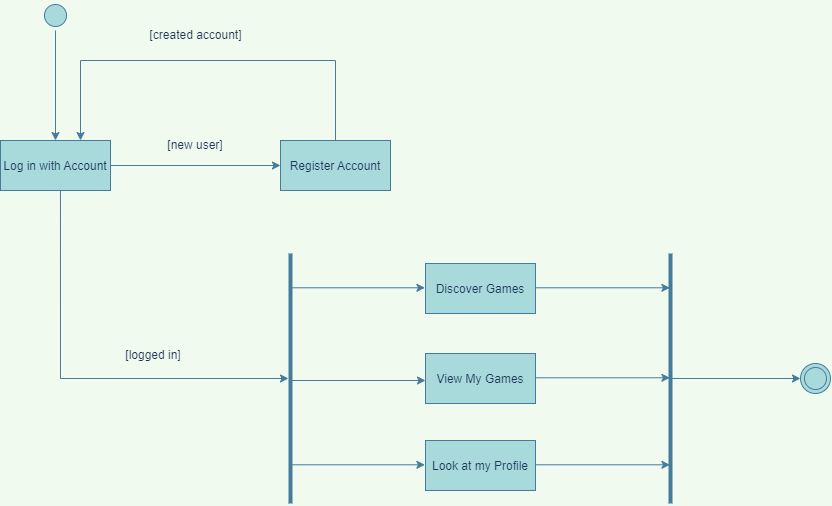
The draw.io diagram ActivityDiagrams/UserStory1.png in software-students-fall2022/specification-exercise-team-15, before a commit. Source tidied: cells renumbered, new cells last; positions are measured from the earlier drawing's top-left corner, leaving out a move shared by most shapes.
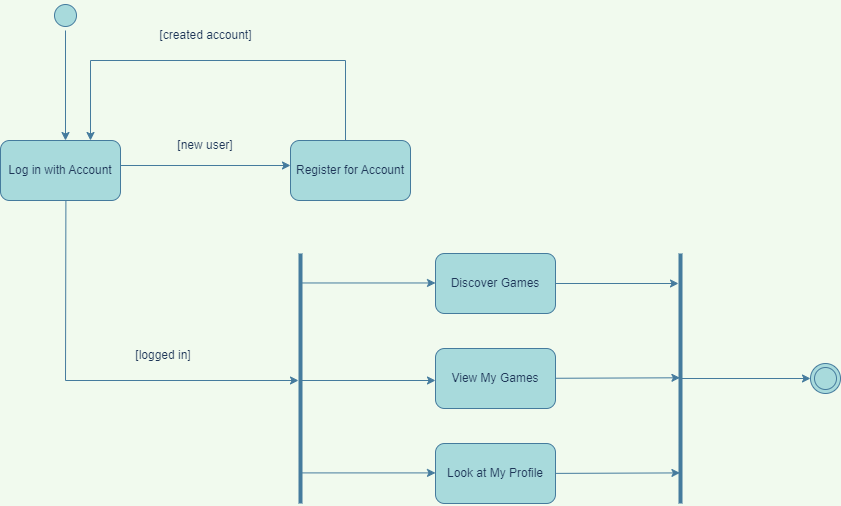
Later version of the same file.

Commit message:
Modified User Story 1 again according to recommendations by team member

The edit, as a diff of the source:
```diff
@@ -2,24 +2,9 @@
   <root>
     <mxCell id="0" />
     <mxCell id="1" parent="0" />
-    <mxCell id="2" value="Log in with Account" style="labelPosition=center;verticalLabelPosition=middle;align=center;verticalAlign=middle;fillColor=#A8DADC;strokeColor=#457B9D;fontColor=#1D3557;" parent="1" vertex="1">
-      <mxGeometry y="140" width="110" height="50" as="geometry" />
-    </mxCell>
     <mxCell id="3" style="ellipse;shape=startState;fillColor=#A8DADC;strokeColor=#457B9D;direction=east;fontColor=#1D3557;" parent="1" vertex="1">
       <mxGeometry x="40" width="30" height="30" as="geometry" />
     </mxCell>
-    <mxCell id="4" value="Discover Games" style="fillColor=#A8DADC;strokeColor=#457B9D;fontColor=#1D3557;" parent="1" vertex="1">
-      <mxGeometry x="425" y="263" width="110" height="50" as="geometry" />
-    </mxCell>
-    <mxCell id="5" value="View My Games" style="fillColor=#A8DADC;strokeColor=#457B9D;fontColor=#1D3557;" parent="1" vertex="1">
-      <mxGeometry x="425" y="353" width="110" height="50" as="geometry" />
-    </mxCell>
-    <mxCell id="6" value="Look at my Profile" style="fillColor=#A8DADC;strokeColor=#457B9D;fontColor=#1D3557;" parent="1" vertex="1">
-      <mxGeometry x="425" y="440" width="110" height="50" as="geometry" />
-    </mxCell>
-    <mxCell id="7" value="Register Account" style="fillColor=#A8DADC;strokeColor=#457B9D;fontColor=#1D3557;" parent="1" vertex="1">
-      <mxGeometry x="280" y="140" width="110" height="50" as="geometry" />
-    </mxCell>
     <mxCell id="8" style="endArrow=classic;html=1;rounded=0;fontSize=12;labelBackgroundColor=#F1FAEE;strokeColor=#457B9D;fontColor=#1D3557;" parent="1" edge="1">
       <mxGeometry relative="1" as="geometry">
         <mxPoint x="335" y="140" as="sourcePoint" />
@@ -50,10 +35,10 @@
     <mxCell id="13" style="line;strokeWidth=4;direction=south;html=1;perimeter=backbonePerimeter;points=[];outlineConnect=0;labelBackgroundColor=#F1FAEE;fontSize=12;fillColor=#A8DADC;strokeColor=#457B9D;fontColor=#1D3557;" parent="1" vertex="1">
       <mxGeometry x="260" y="253" width="60" height="250" as="geometry" />
     </mxCell>
-    <mxCell id="14" style="endArrow=classic;html=1;rounded=0;labelBackgroundColor=#F1FAEE;labelBorderColor=default;fontSize=12;exitX=0.545;exitY=1;exitDx=0;exitDy=0;exitPerimeter=0;strokeColor=#457B9D;fontColor=#1D3557;" parent="1" edge="1" source="2" target="13">
+    <mxCell id="14" style="endArrow=classic;html=1;rounded=0;labelBackgroundColor=#F1FAEE;labelBorderColor=default;fontSize=12;exitX=0.545;exitY=1;exitDx=0;exitDy=0;exitPerimeter=0;strokeColor=#457B9D;fontColor=#1D3557;startArrow=none;" parent="1" edge="1" source="2" target="13">
       <mxGeometry relative="1" as="geometry">
         <Array as="points">
-          <mxPoint x="60" y="378" />
+          <mxPoint x="55" y="380" />
         </Array>
       </mxGeometry>
     </mxCell>
@@ -67,34 +52,24 @@
     </mxCell>
     <mxCell id="17" style="endArrow=classic;html=1;rounded=0;labelBackgroundColor=#F1FAEE;labelBorderColor=default;fontSize=12;strokeColor=#457B9D;fontColor=#1D3557;" parent="1" edge="1">
       <mxGeometry relative="1" as="geometry">
-        <mxPoint x="290" y="464.3" as="sourcePoint" />
-        <mxPoint x="424.4" y="464.3" as="targetPoint" />
+        <mxPoint x="290.6" y="472.4" as="sourcePoint" />
+        <mxPoint x="425" y="472.4" as="targetPoint" />
       </mxGeometry>
     </mxCell>
     <mxCell id="18" style="endArrow=classic;html=1;rounded=0;labelBackgroundColor=#F1FAEE;labelBorderColor=default;fontSize=12;strokeColor=#457B9D;fontColor=#1D3557;" parent="1" edge="1">
       <mxGeometry relative="1" as="geometry">
-        <mxPoint x="290" y="287.3" as="sourcePoint" />
-        <mxPoint x="424.4" y="287.3" as="targetPoint" />
+        <mxPoint x="290.6" y="282.5" as="sourcePoint" />
+        <mxPoint x="425" y="282.5" as="targetPoint" />
       </mxGeometry>
     </mxCell>
-    <mxCell id="19" style="endArrow=classic;html=1;rounded=0;labelBackgroundColor=#F1FAEE;labelBorderColor=default;fontSize=12;strokeColor=#457B9D;fontColor=#1D3557;" parent="1" edge="1">
-      <mxGeometry relative="1" as="geometry">
-        <mxPoint x="535" y="287.3" as="sourcePoint" />
-        <mxPoint x="669.4" y="287.3" as="targetPoint" />
-      </mxGeometry>
+    <mxCell id="19" style="endArrow=classic;html=1;rounded=0;labelBackgroundColor=#F1FAEE;labelBorderColor=default;fontSize=12;strokeColor=#457B9D;fontColor=#1D3557;exitX=1;exitY=0.5;exitDx=0;exitDy=0;" parent="1" edge="1" source="4" target="22">
+      <mxGeometry relative="1" as="geometry" />
     </mxCell>
-    <mxCell id="20" style="endArrow=classic;html=1;rounded=0;labelBackgroundColor=#F1FAEE;labelBorderColor=default;fontSize=12;strokeColor=#457B9D;fontColor=#1D3557;" parent="1" edge="1">
+    <mxCell id="20" style="endArrow=classic;html=1;rounded=0;labelBackgroundColor=#F1FAEE;labelBorderColor=default;fontSize=12;strokeColor=#457B9D;fontColor=#1D3557;startArrow=none;" parent="1" edge="1" source="5">
       <mxGeometry relative="1" as="geometry">
-        <mxPoint x="535" y="377.3" as="sourcePoint" />
         <mxPoint x="669.4" y="377.3" as="targetPoint" />
       </mxGeometry>
     </mxCell>
-    <mxCell id="21" style="endArrow=classic;html=1;rounded=0;labelBackgroundColor=#F1FAEE;labelBorderColor=default;fontSize=12;strokeColor=#457B9D;fontColor=#1D3557;" parent="1" edge="1">
-      <mxGeometry relative="1" as="geometry">
-        <mxPoint x="535" y="464.3" as="sourcePoint" />
-        <mxPoint x="669.4" y="464.3" as="targetPoint" />
-      </mxGeometry>
-    </mxCell>
     <mxCell id="22" style="line;strokeWidth=4;direction=south;html=1;perimeter=backbonePerimeter;points=[];outlineConnect=0;labelBackgroundColor=#F1FAEE;fontSize=12;fillColor=#A8DADC;strokeColor=#457B9D;fontColor=#1D3557;" parent="1" vertex="1">
       <mxGeometry x="640" y="253" width="60" height="250" as="geometry" />
     </mxCell>
@@ -104,5 +79,26 @@
     <mxCell id="24" style="endArrow=classic;html=1;rounded=0;strokeColor=#457B9D;fontColor=#1D3557;fillColor=#A8DADC;entryX=0;entryY=0.5;entryDx=0;entryDy=0;" parent="1" edge="1" source="22" target="23">
       <mxGeometry relative="1" as="geometry" />
     </mxCell>
+    <mxCell id="2" value="Log in with Account" style="rounded=1;whiteSpace=wrap;html=1;strokeColor=#457B9D;fontColor=#1D3557;fillColor=#A8DADC;" parent="1" vertex="1">
+      <mxGeometry x="-10" y="140" width="120" height="60" as="geometry" />
+    </mxCell>
+    <mxCell id="25" value="Register for Account" style="rounded=1;whiteSpace=wrap;html=1;strokeColor=#457B9D;fontColor=#1D3557;fillColor=#A8DADC;" parent="1" vertex="1">
+      <mxGeometry x="280" y="140" width="120" height="60" as="geometry" />
+    </mxCell>
+    <mxCell id="4" value="Discover Games" style="rounded=1;whiteSpace=wrap;html=1;strokeColor=#457B9D;fontColor=#1D3557;fillColor=#A8DADC;" parent="1" vertex="1">
+      <mxGeometry x="425" y="253" width="120" height="60" as="geometry" />
+    </mxCell>
+    <mxCell id="5" value="View My Games" style="rounded=1;whiteSpace=wrap;html=1;strokeColor=#457B9D;fontColor=#1D3557;fillColor=#A8DADC;" parent="1" vertex="1">
+      <mxGeometry x="425" y="348" width="120" height="60" as="geometry" />
+    </mxCell>
+    <mxCell id="26" value="Look at My Profile" style="rounded=1;whiteSpace=wrap;html=1;strokeColor=#457B9D;fontColor=#1D3557;fillColor=#A8DADC;" parent="1" vertex="1">
+      <mxGeometry x="425" y="443" width="120" height="60" as="geometry" />
+    </mxCell>
+    <mxCell id="27" style="endArrow=classic;html=1;rounded=0;labelBackgroundColor=#F1FAEE;labelBorderColor=default;fontSize=12;strokeColor=#457B9D;fontColor=#1D3557;startArrow=none;" parent="1" edge="1">
+      <mxGeometry relative="1" as="geometry">
+        <mxPoint x="545" y="472.9" as="sourcePoint" />
+        <mxPoint x="669.4" y="472.4" as="targetPoint" />
+      </mxGeometry>
+    </mxCell>
   </root>
 </mxGraphModel>
```
